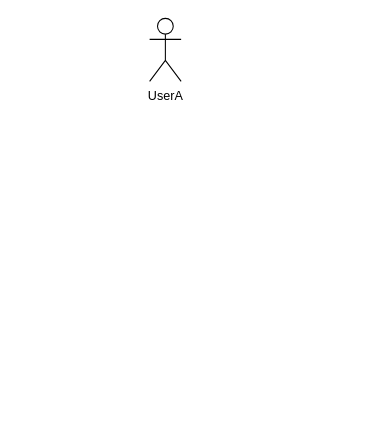
Earlier version of the draw.io diagram FIF.drawio (paidaxingz/draw.io). Source tidied: cells renumbered, new cells numbered last; positions are measured from the earlier drawing's top-left corner, leaving out a move shared by most shapes. Both pictures are drawn from the tidied source at 105%, with x=0, y=0 at pixel (149, 18).
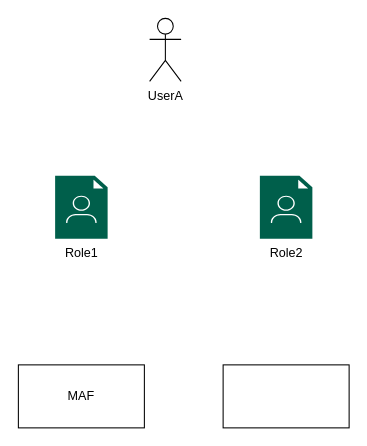
The same diagram, later.

What changed in the source:
```diff
@@
 <mxGraphModel>
   <root>
     <mxCell id="0" />
     <mxCell id="1" parent="0" />
     <mxCell id="2" value="UserA" style="shape=umlActor;verticalLabelPosition=bottom;verticalAlign=top;html=1;" parent="1" vertex="1">
       <mxGeometry width="30" height="60" as="geometry" />
     </mxCell>
+    <mxCell id="3" value="Role1" style="sketch=0;shadow=0;dashed=0;html=1;strokeColor=none;fillColor=#005F4B;labelPosition=center;verticalLabelPosition=bottom;verticalAlign=top;align=center;shape=mxgraph.veeam2.role;" parent="1" vertex="1">
+      <mxGeometry x="-90" y="150" width="50" height="60" as="geometry" />
+    </mxCell>
+    <mxCell id="4" value="Role2" style="sketch=0;shadow=0;dashed=0;html=1;strokeColor=none;fillColor=#005F4B;labelPosition=center;verticalLabelPosition=bottom;verticalAlign=top;align=center;shape=mxgraph.veeam2.role;" parent="1" vertex="1">
+      <mxGeometry x="105" y="150" width="50" height="60" as="geometry" />
+    </mxCell>
+    <mxCell id="5" value="MAF" style="rounded=0;whiteSpace=wrap;html=1;" parent="1" vertex="1">
+      <mxGeometry x="-125" y="330" width="120" height="60" as="geometry" />
+    </mxCell>
+    <mxCell id="6" style="rounded=0;whiteSpace=wrap;html=1;" parent="1" vertex="1">
+      <mxGeometry x="70" y="330" width="120" height="60" as="geometry" />
+    </mxCell>
   </root>
 </mxGraphModel>
```
